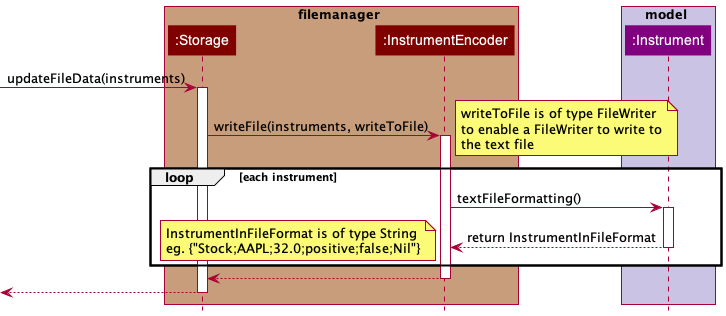
The PlantUML diagram docs/images/FileManagerEncodingSequenceDiag.png in williamlamjy/mTracker, before a commit. The source it was exported from:
```plantuml
@startuml
!include Styles.puml

box filemanager COLOR_STORAGE_SEGMENT
participant ":Storage" as Storage COLOR_STORAGE
participant ":InstrumentEncoder" as InstrumentEncoder COLOR_STORAGE
end box

box model COLOR_MODEL_SEGMENT
participant ":Instrument" as Instrument COLOR_MODEL
end box

[-> Storage: updateFileData(instruments)
activate Storage

Storage-> InstrumentEncoder: writeFile(instruments, writeToFile)
activate InstrumentEncoder

note right
writeToFile is of type FileWriter
to enable a FileWriter to write to
the text file
end note

    loop each instrument
        InstrumentEncoder-> Instrument: textFileFormatting()
        activate Instrument
        Instrument--> InstrumentEncoder: return InstrumentInFileFormat
        deactivate Instrument
        note bottom
        InstrumentInFileFormat is of type String
        eg. {"Stock;AAPL;32.0;positive;false;Nil"}
        end note
    end
InstrumentEncoder--> Storage
deactivate InstrumentEncoder

[<-- Storage
deactivate Storage

@enduml
```
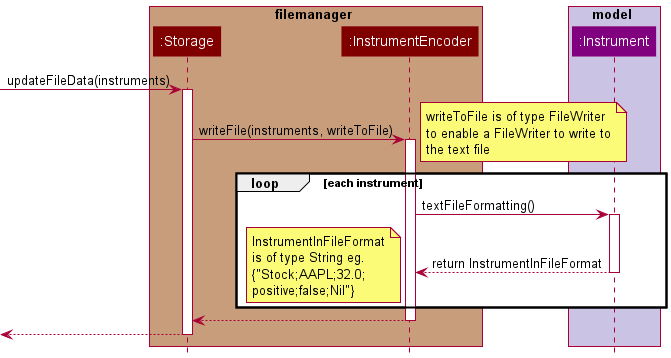
Later version of the same file.

Diff of the diagram source:
```diff
@@ -22,16 +22,18 @@
 the text file
 end note
 
-    loop each instrument
-        InstrumentEncoder-> Instrument: textFileFormatting()
-        activate Instrument
-        Instrument--> InstrumentEncoder: return InstrumentInFileFormat
-        deactivate Instrument
-        note bottom
-        InstrumentInFileFormat is of type String
-        eg. {"Stock;AAPL;32.0;positive;false;Nil"}
-        end note
-    end
+loop each instrument
+    InstrumentEncoder-> Instrument: textFileFormatting()
+    activate Instrument
+    Instrument--> InstrumentEncoder: return InstrumentInFileFormat
+    deactivate Instrument
+    note bottom
+    InstrumentInFileFormat
+    is of type String eg.
+    {"Stock;AAPL;32.0;
+    positive;false;Nil"}
+    end note
+end
 InstrumentEncoder--> Storage
 deactivate InstrumentEncoder
 
```
